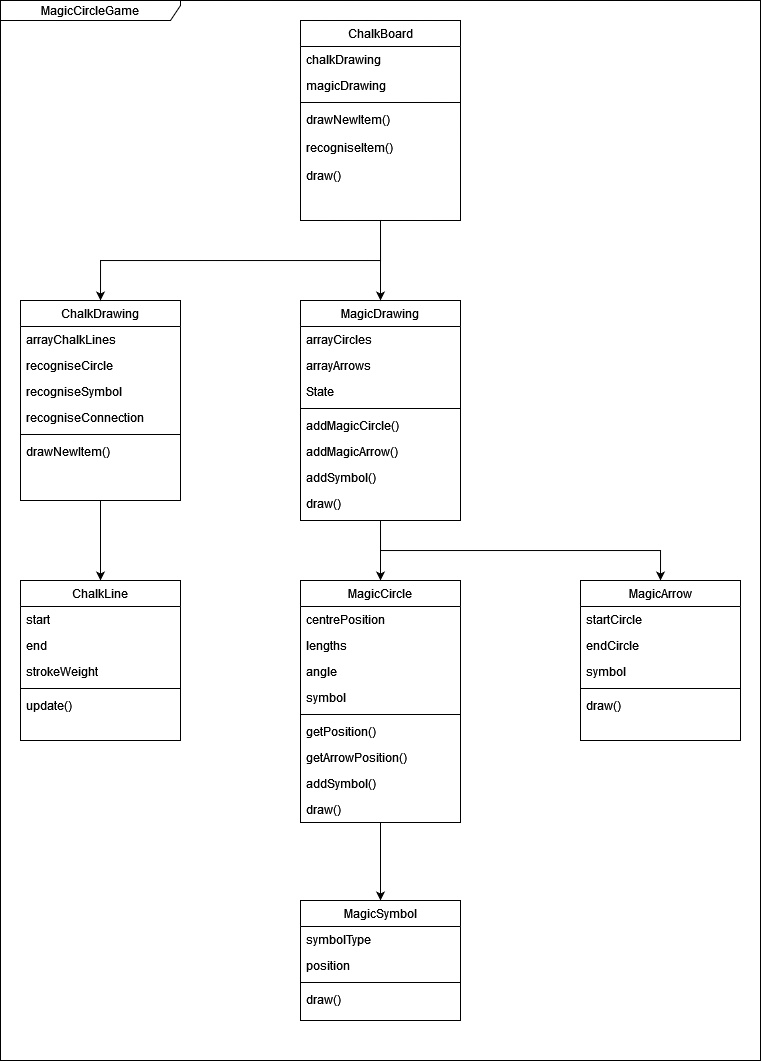
Above: Documentation/MagicCircleGame.png in WillowgastWebOfCode/MagicCircleGame (draw.io), before the change. Source tidied: cells renumbered, new cells last; positions are measured from the earlier drawing's top-left corner, leaving out a move shared by most shapes.
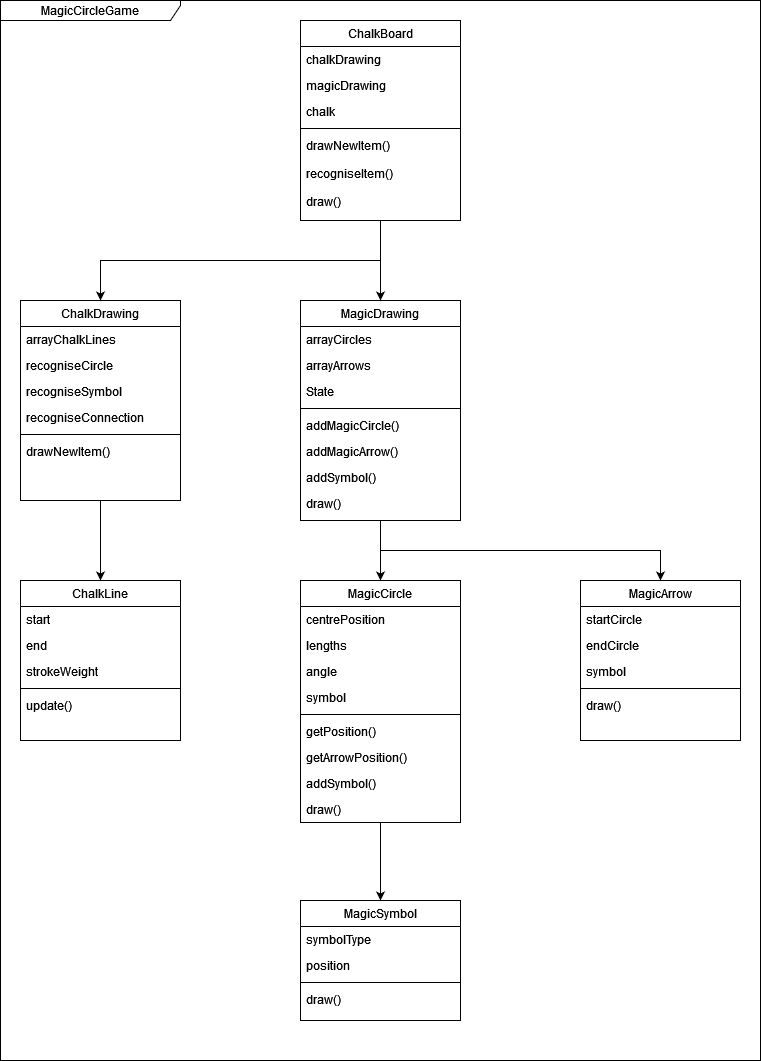
The same file after the commit.

The edit, as a diff of the source:
```diff
@@ -128,17 +128,20 @@
     <mxCell id="43" value="magicDrawing" style="text;align=left;verticalAlign=top;spacingLeft=4;spacingRight=4;overflow=hidden;rounded=0;shadow=0;html=0;" parent="41" vertex="1">
       <mxGeometry y="52" width="160" height="26" as="geometry" />
     </mxCell>
+    <mxCell id="59" value="chalk" style="text;align=left;verticalAlign=top;spacingLeft=4;spacingRight=4;overflow=hidden;rounded=0;shadow=0;html=0;" parent="41" vertex="1">
+      <mxGeometry y="78" width="160" height="26" as="geometry" />
+    </mxCell>
     <mxCell id="44" style="line;html=1;strokeWidth=1;align=left;verticalAlign=middle;spacingTop=-1;spacingLeft=3;spacingRight=3;labelPosition=right;" parent="41" vertex="1">
-      <mxGeometry y="78" width="160" height="8" as="geometry" />
+      <mxGeometry y="104" width="160" height="8" as="geometry" />
     </mxCell>
     <mxCell id="45" value="drawNewItem()" style="text;align=left;verticalAlign=top;spacingLeft=4;spacingRight=4;overflow=hidden;" parent="41" vertex="1">
-      <mxGeometry y="86" width="160" height="28" as="geometry" />
+      <mxGeometry y="112" width="160" height="28" as="geometry" />
     </mxCell>
     <mxCell id="46" value="recogniseItem()" style="text;align=left;verticalAlign=top;spacingLeft=4;spacingRight=4;overflow=hidden;" parent="41" vertex="1">
-      <mxGeometry y="114" width="160" height="28" as="geometry" />
+      <mxGeometry y="140" width="160" height="28" as="geometry" />
     </mxCell>
     <mxCell id="47" value="draw()" style="text;align=left;verticalAlign=top;spacingLeft=4;spacingRight=4;overflow=hidden;" parent="41" vertex="1">
-      <mxGeometry y="142" width="160" height="28" as="geometry" />
+      <mxGeometry y="168" width="160" height="28" as="geometry" />
     </mxCell>
     <mxCell id="48" value="ChalkLine" style="swimlane;fontStyle=0;align=center;verticalAlign=top;horizontal=1;startSize=26;rounded=0;shadow=0;strokeWidth=1;" parent="1" vertex="1">
       <mxGeometry x="20" y="580" width="160" height="160" as="geometry" />
```
